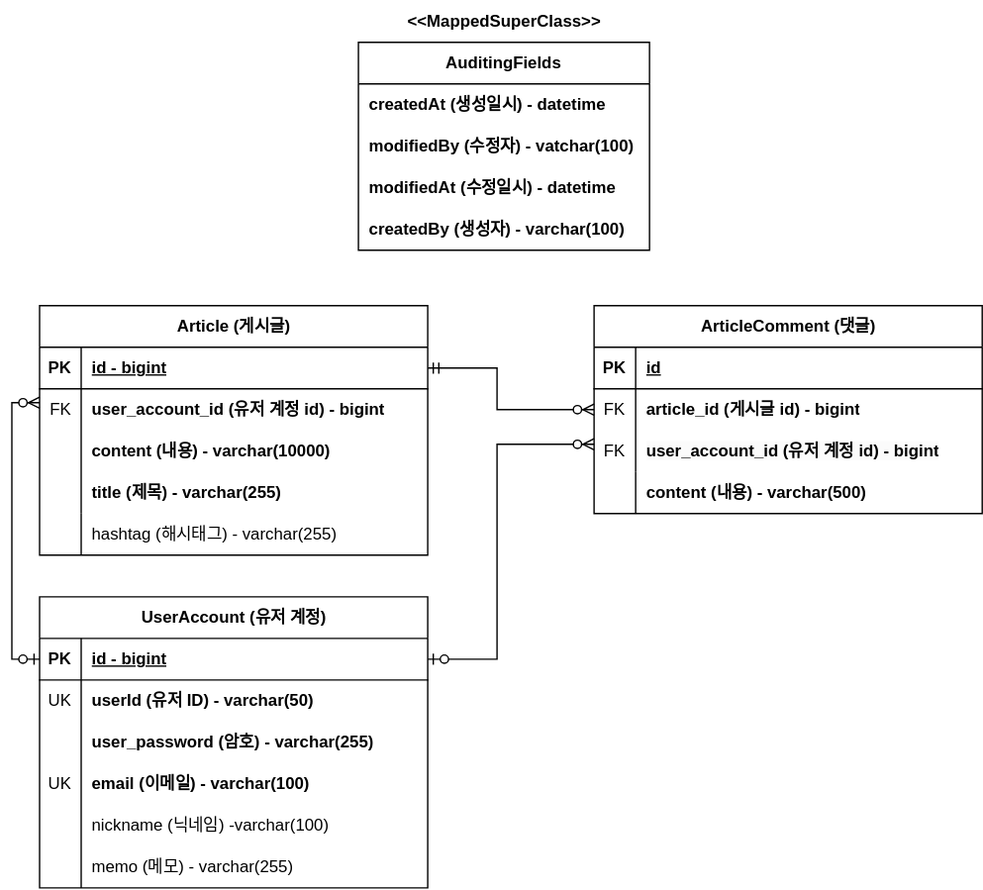
Earlier version of the draw.io export document/forum-erd.svg (rivercity310/forum). Source tidied: cells renumbered, new cells last; positions are measured from the earlier drawing's top-left corner, leaving out a move shared by most shapes.
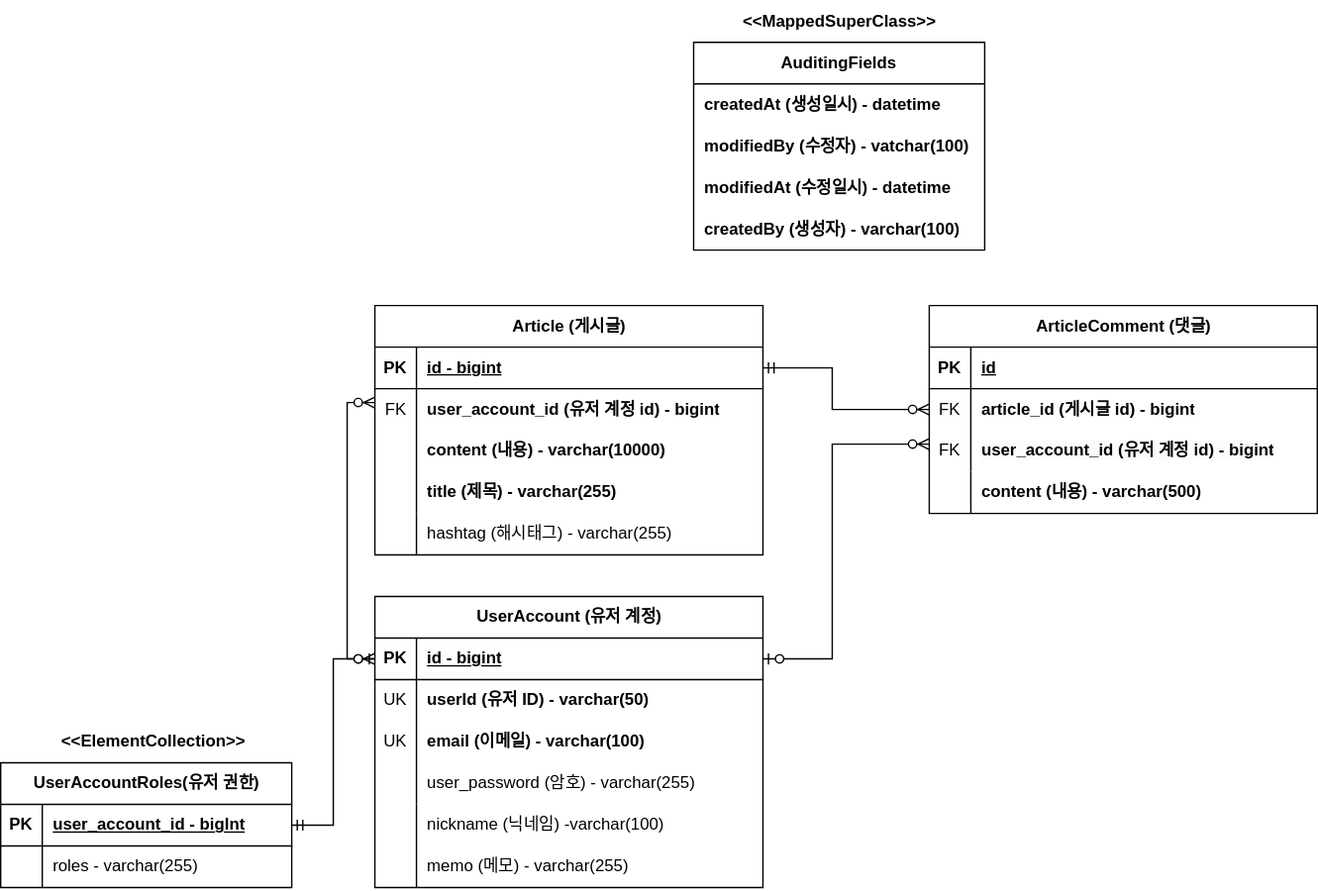
After the commit.

Change to the diagram source:
```diff
@@ -118,19 +118,19 @@
     <mxCell id="35" style="shape=tableRow;horizontal=0;startSize=0;swimlaneHead=0;swimlaneBody=0;fillColor=none;top=0;left=0;right=0;bottom=0;" parent="28" vertex="1">
       <mxGeometry y="90" width="280" height="30" as="geometry" />
     </mxCell>
-    <mxCell id="36" style="shape=partialRectangle;fillColor=none;top=0;left=0;bottom=0;right=0;overflow=hidden;whiteSpace=wrap;html=1;" parent="35" vertex="1">
+    <mxCell id="36" value="UK" style="shape=partialRectangle;fillColor=none;top=0;left=0;bottom=0;right=0;overflow=hidden;whiteSpace=wrap;html=1;" parent="35" vertex="1">
       <mxGeometry width="30" height="30" as="geometry" />
     </mxCell>
-    <mxCell id="37" value="user_password (암호) - varchar(255)" style="shape=partialRectangle;fillColor=none;top=0;left=0;bottom=0;right=0;align=left;spacingLeft=6;overflow=hidden;whiteSpace=wrap;html=1;fontStyle=1;" parent="35" vertex="1">
+    <mxCell id="37" value="email (이메일) - varchar(100)" style="shape=partialRectangle;fillColor=none;top=0;left=0;bottom=0;right=0;align=left;spacingLeft=6;overflow=hidden;whiteSpace=wrap;html=1;fontStyle=1;" parent="35" vertex="1">
       <mxGeometry x="30" width="250" height="30" as="geometry" />
     </mxCell>
     <mxCell id="38" style="shape=tableRow;horizontal=0;startSize=0;swimlaneHead=0;swimlaneBody=0;fillColor=none;top=0;left=0;right=0;bottom=0;" parent="28" vertex="1">
       <mxGeometry y="120" width="280" height="30" as="geometry" />
     </mxCell>
-    <mxCell id="39" value="UK" style="shape=partialRectangle;fillColor=none;top=0;left=0;bottom=0;right=0;overflow=hidden;whiteSpace=wrap;html=1;" parent="38" vertex="1">
+    <mxCell id="39" style="shape=partialRectangle;fillColor=none;top=0;left=0;bottom=0;right=0;overflow=hidden;whiteSpace=wrap;html=1;" parent="38" vertex="1">
       <mxGeometry width="30" height="30" as="geometry" />
     </mxCell>
-    <mxCell id="40" value="&lt;b&gt;email (이메일) - varchar(100)&lt;/b&gt;" style="shape=partialRectangle;fillColor=none;top=0;left=0;bottom=0;right=0;align=left;spacingLeft=6;overflow=hidden;whiteSpace=wrap;html=1;" parent="38" vertex="1">
+    <mxCell id="40" value="user_password (암호) - varchar(255)" style="shape=partialRectangle;fillColor=none;top=0;left=0;bottom=0;right=0;align=left;spacingLeft=6;overflow=hidden;whiteSpace=wrap;html=1;" parent="38" vertex="1">
       <mxGeometry x="30" width="250" height="30" as="geometry" />
     </mxCell>
     <mxCell id="41" style="endArrow=none;html=1;rounded=0;" parent="1" edge="1">
@@ -195,5 +195,32 @@
         </Array>
       </mxGeometry>
     </mxCell>
+    <mxCell id="56" value="UserAccountRoles(유저 권한)" style="shape=table;startSize=30;rowLines=0;fontStyle=1;align=center;html=1;" parent="1" vertex="1">
+      <mxGeometry x="-245" y="550" width="210" height="90" as="geometry" />
+    </mxCell>
+    <mxCell id="57" style="shape=tableRow;horizontal=0;startSize=0;swimlaneHead=0;swimlaneBody=0;fillColor=none;points=[[0,0.5],[1,0.5]];portConstraint=eastwest;top=0;left=0;right=0;bottom=1;" parent="56" vertex="1">
+      <mxGeometry y="30" width="210" height="30" as="geometry" />
+    </mxCell>
+    <mxCell id="58" value="PK" style="shape=partialRectangle;fillColor=none;top=0;left=0;bottom=0;right=0;fontStyle=1;overflow=hidden;whiteSpace=wrap;html=1;" parent="57" vertex="1">
+      <mxGeometry width="30" height="30" as="geometry" />
+    </mxCell>
+    <mxCell id="59" value="user_account_id - bigInt" style="shape=partialRectangle;fillColor=none;top=0;left=0;bottom=0;right=0;align=left;spacingLeft=6;fontStyle=5;overflow=hidden;whiteSpace=wrap;html=1;" parent="57" vertex="1">
+      <mxGeometry x="30" width="180" height="30" as="geometry" />
+    </mxCell>
+    <mxCell id="60" style="shape=tableRow;horizontal=0;startSize=0;swimlaneHead=0;swimlaneBody=0;fillColor=none;top=0;left=0;right=0;bottom=0;" parent="56" vertex="1">
+      <mxGeometry y="60" width="210" height="30" as="geometry" />
+    </mxCell>
+    <mxCell id="61" style="shape=partialRectangle;fillColor=none;top=0;left=0;bottom=0;right=0;overflow=hidden;whiteSpace=wrap;html=1;" parent="60" vertex="1">
+      <mxGeometry width="30" height="30" as="geometry" />
+    </mxCell>
+    <mxCell id="62" value="roles - varchar(255)" style="shape=partialRectangle;fillColor=none;top=0;left=0;bottom=0;right=0;align=left;spacingLeft=6;overflow=hidden;whiteSpace=wrap;html=1;" parent="60" vertex="1">
+      <mxGeometry x="30" width="180" height="30" as="geometry" />
+    </mxCell>
+    <mxCell id="63" value="&lt;b&gt;&amp;lt;&amp;lt;ElementCollection&amp;gt;&amp;gt;&lt;/b&gt;" style="text;html=1;align=center;verticalAlign=middle;strokeColor=none;fillColor=none;" parent="1" vertex="1">
+      <mxGeometry x="-215" y="520" width="160" height="30" as="geometry" />
+    </mxCell>
+    <mxCell id="64" style="edgeStyle=entityRelationEdgeStyle;fontSize=12;html=1;endArrow=ERzeroToMany;startArrow=ERmandOne;rounded=0;entryX=0;entryY=0.5;entryDx=0;entryDy=0;exitX=1;exitY=0.5;exitDx=0;exitDy=0;" parent="1" edge="1" source="57" target="29">
+      <mxGeometry relative="1" as="geometry" />
+    </mxCell>
   </root>
 </mxGraphModel>
```
